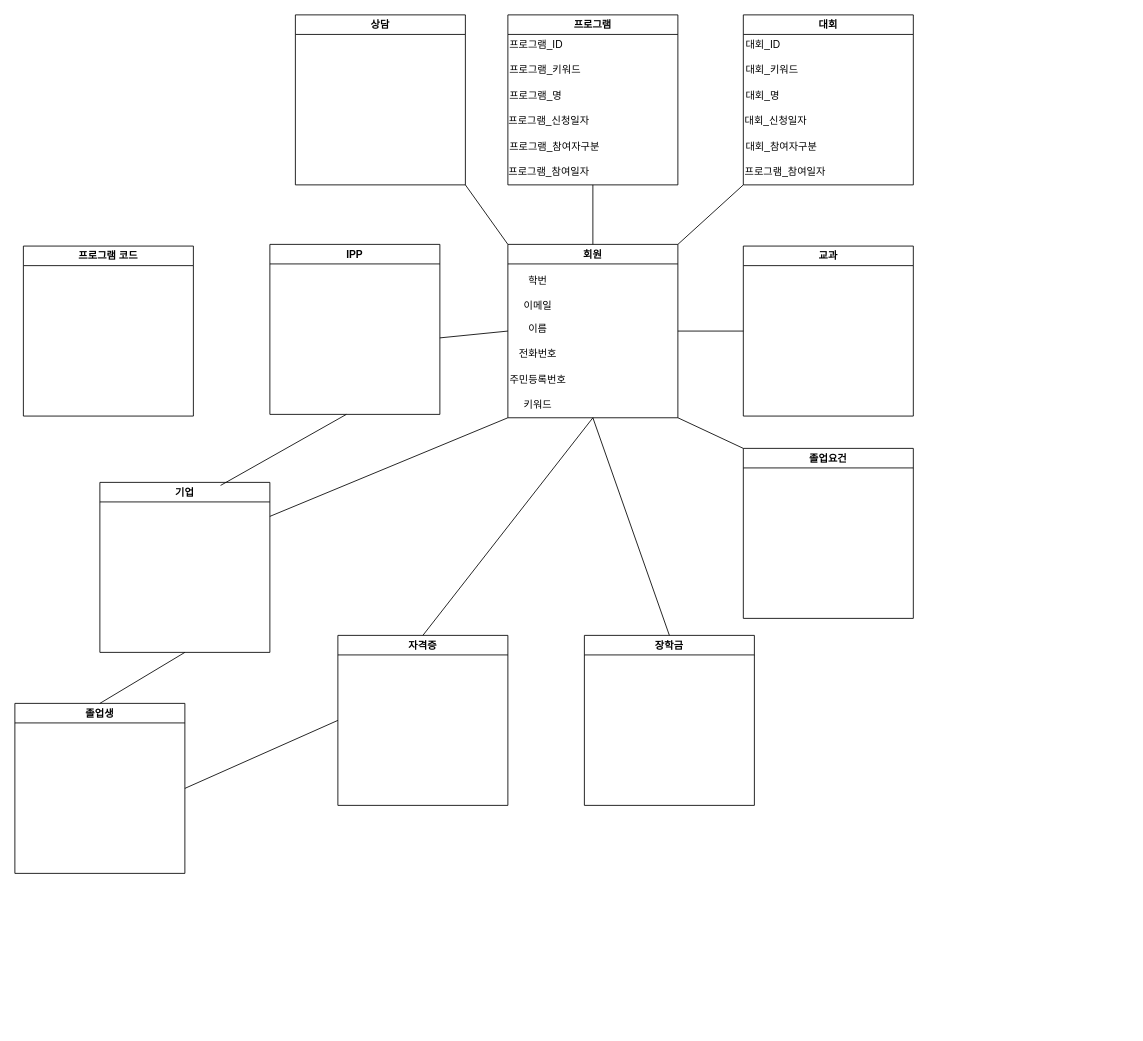
KimEunSeop/Kody keeps this draw.io diagram as Kody.drawio. Above is the earlier version. Source tidied: cells renumbered, new cells numbered last; positions are measured from the earlier drawing's top-left corner, leaving out a move shared by most shapes. Both pictures are drawn from the tidied source at 85%, with x=0, y=0 at pixel (14, 14).
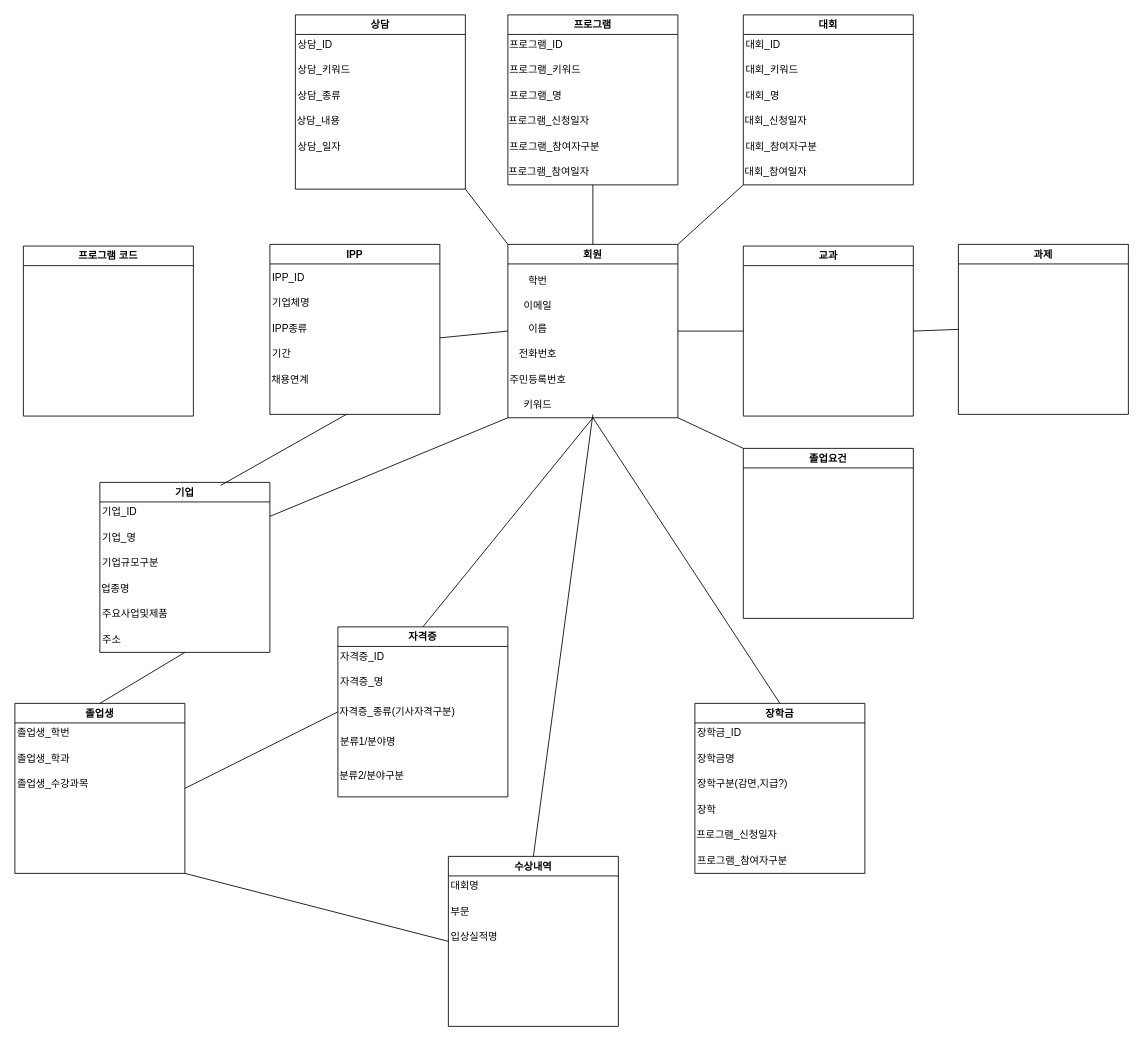
The same page after the edit.

The change refers to these unchanged cells:
```xml
<mxCell id="9" value="교과" style="swimlane;whiteSpace=wrap;html=1;" parent="1" vertex="1">
  <mxGeometry x="857" y="272" width="200" height="200" as="geometry" />
</mxCell>
<mxCell id="11" value="IPP" style="swimlane;whiteSpace=wrap;html=1;startSize=23;" parent="1" vertex="1">
  <mxGeometry x="300" y="270" width="200" height="200" as="geometry" />
</mxCell>
<mxCell id="19" value="대회" style="swimlane;whiteSpace=wrap;html=1;startSize=23;" parent="1" vertex="1">
  <mxGeometry x="857" width="200" height="200" as="geometry" />
</mxCell>
<mxCell id="28" value="기업" style="swimlane;whiteSpace=wrap;html=1;startSize=23;" parent="1" vertex="1">
  <mxGeometry x="100" y="550" width="200" height="200" as="geometry" />
</mxCell>
<mxCell id="30" value="졸업생" style="swimlane;whiteSpace=wrap;html=1;startSize=23;" parent="1" vertex="1">
  <mxGeometry y="810" width="200" height="200" as="geometry" />
</mxCell>
```

What changed in the source:
```diff
@@
     <mxCell id="10" value="상담" style="swimlane;whiteSpace=wrap;html=1;startSize=23;" parent="1" vertex="1">
-      <mxGeometry x="330" width="200" height="200" as="geometry" />
+      <mxGeometry x="330" width="200" height="205" as="geometry" />
     </mxCell>
+    <mxCell id="44" value="상담_ID" style="text;html=1;align=left;verticalAlign=middle;strokeColor=none;fillColor=none;" parent="10" vertex="1">
+      <mxGeometry x="1" y="20" width="70" height="30" as="geometry" />
+    </mxCell>
+    <mxCell id="45" value="상담_키워드" style="text;html=1;align=left;verticalAlign=middle;strokeColor=none;fillColor=none;" parent="10" vertex="1">
+      <mxGeometry x="1" y="50" width="90" height="30" as="geometry" />
+    </mxCell>
+    <mxCell id="46" value="상담_종류" style="text;html=1;align=left;verticalAlign=middle;strokeColor=none;fillColor=none;" parent="10" vertex="1">
+      <mxGeometry x="1" y="80" width="80" height="30" as="geometry" />
+    </mxCell>
+    <mxCell id="47" value="상담_내용" style="text;html=1;align=left;verticalAlign=middle;strokeColor=none;fillColor=none;" parent="10" vertex="1">
+      <mxGeometry y="110" width="80" height="30" as="geometry" />
+    </mxCell>
+    <mxCell id="48" value="상담_일자" style="text;html=1;align=left;verticalAlign=middle;strokeColor=none;fillColor=none;" parent="10" vertex="1">
+      <mxGeometry x="1" y="140" width="80" height="30" as="geometry" />
+    </mxCell>
@@
+    <mxCell id="49" value="IPP_ID" style="text;html=1;align=left;verticalAlign=middle;strokeColor=none;fillColor=none;" parent="11" vertex="1">
+      <mxGeometry x="1" y="24" width="60" height="30" as="geometry" />
+    </mxCell>
+    <mxCell id="50" value="기업체명" style="text;html=1;align=left;verticalAlign=middle;strokeColor=none;fillColor=none;" parent="11" vertex="1">
+      <mxGeometry x="1" y="54" width="70" height="30" as="geometry" />
+    </mxCell>
+    <mxCell id="51" value="IPP종류" style="text;html=1;align=left;verticalAlign=middle;strokeColor=none;fillColor=none;" parent="11" vertex="1">
+      <mxGeometry x="1" y="84" width="70" height="30" as="geometry" />
+    </mxCell>
+    <mxCell id="52" value="기간" style="text;html=1;align=left;verticalAlign=middle;strokeColor=none;fillColor=none;" parent="11" vertex="1">
+      <mxGeometry x="1" y="114" width="50" height="30" as="geometry" />
+    </mxCell>
+    <mxCell id="53" value="채용연계" style="text;html=1;align=left;verticalAlign=middle;strokeColor=none;fillColor=none;" parent="11" vertex="1">
+      <mxGeometry y="144" width="70" height="30" as="geometry" />
+    </mxCell>
@@
-    <mxCell id="25" value="프로그램_참여일자" style="text;html=1;align=left;verticalAlign=middle;strokeColor=none;fillColor=none;" parent="19" vertex="1">
-      <mxGeometry y="170" width="130" height="30" as="geometry" />
+    <mxCell id="25" value="대회_참여일자" style="text;html=1;align=left;verticalAlign=middle;strokeColor=none;fillColor=none;" parent="19" vertex="1">
+      <mxGeometry y="170" width="100" height="30" as="geometry" />
     </mxCell>
@@
+    <mxCell id="54" value="기업_ID" style="text;html=1;align=left;verticalAlign=middle;strokeColor=none;fillColor=none;" parent="28" vertex="1">
+      <mxGeometry x="1" y="20" width="70" height="30" as="geometry" />
+    </mxCell>
+    <mxCell id="55" value="기업_명" style="text;html=1;align=left;verticalAlign=middle;strokeColor=none;fillColor=none;" parent="28" vertex="1">
+      <mxGeometry x="1" y="50" width="70" height="30" as="geometry" />
+    </mxCell>
+    <mxCell id="56" value="기업규모구분" style="text;html=1;align=left;verticalAlign=middle;strokeColor=none;fillColor=none;" parent="28" vertex="1">
+      <mxGeometry x="1" y="80" width="100" height="30" as="geometry" />
+    </mxCell>
+    <mxCell id="57" value="업종명" style="text;html=1;align=left;verticalAlign=middle;strokeColor=none;fillColor=none;" parent="28" vertex="1">
+      <mxGeometry y="110" width="60" height="30" as="geometry" />
+    </mxCell>
+    <mxCell id="58" value="주요사업및제품" style="text;html=1;align=left;verticalAlign=middle;strokeColor=none;fillColor=none;" parent="28" vertex="1">
+      <mxGeometry x="1" y="140" width="110" height="30" as="geometry" />
+    </mxCell>
+    <mxCell id="59" value="주소" style="text;html=1;align=left;verticalAlign=middle;strokeColor=none;fillColor=none;" parent="28" vertex="1">
+      <mxGeometry x="1" y="170" width="50" height="30" as="geometry" />
+    </mxCell>
     <mxCell id="29" value="자격증" style="swimlane;whiteSpace=wrap;html=1;startSize=23;" parent="1" vertex="1">
-      <mxGeometry x="380" y="730" width="200" height="200" as="geometry" />
+      <mxGeometry x="380" y="720" width="200" height="200" as="geometry" />
     </mxCell>
+    <mxCell id="60" value="자격증_ID" style="text;html=1;align=left;verticalAlign=middle;strokeColor=none;fillColor=none;" parent="29" vertex="1">
+      <mxGeometry x="1" y="20" width="80" height="30" as="geometry" />
+    </mxCell>
+    <mxCell id="61" value="자격증_종류(기사자격구분)" style="text;html=1;align=left;verticalAlign=middle;strokeColor=none;fillColor=none;" parent="29" vertex="1">
+      <mxGeometry y="85" width="170" height="30" as="geometry" />
+    </mxCell>
+    <mxCell id="62" value="분류1/분야명" style="text;html=1;align=left;verticalAlign=middle;strokeColor=none;fillColor=none;" parent="29" vertex="1">
+      <mxGeometry x="1" y="120" width="90" height="30" as="geometry" />
+    </mxCell>
+    <mxCell id="63" value="분류2/분야구분" style="text;html=1;align=left;verticalAlign=middle;strokeColor=none;fillColor=none;" parent="29" vertex="1">
+      <mxGeometry y="160" width="110" height="30" as="geometry" />
+    </mxCell>
+    <mxCell id="64" value="자격증_명" style="text;html=1;align=left;verticalAlign=middle;strokeColor=none;fillColor=none;" parent="29" vertex="1">
+      <mxGeometry x="1" y="50" width="80" height="30" as="geometry" />
+    </mxCell>
@@
+    <mxCell id="65" value="졸업생_학번" style="text;html=1;align=left;verticalAlign=middle;strokeColor=none;fillColor=none;" parent="30" vertex="1">
+      <mxGeometry x="1" y="20" width="90" height="30" as="geometry" />
+    </mxCell>
+    <mxCell id="66" value="졸업생_학과" style="text;html=1;align=left;verticalAlign=middle;strokeColor=none;fillColor=none;" parent="30" vertex="1">
+      <mxGeometry x="1" y="50" width="90" height="30" as="geometry" />
+    </mxCell>
+    <mxCell id="67" value="졸업생_수강과목" style="text;html=1;align=left;verticalAlign=middle;strokeColor=none;fillColor=none;" parent="30" vertex="1">
+      <mxGeometry x="1" y="80" width="110" height="30" as="geometry" />
+    </mxCell>
@@
     <mxCell id="42" value="장학금" style="swimlane;whiteSpace=wrap;html=1;startSize=23;" parent="1" vertex="1">
-      <mxGeometry x="670" y="730" width="200" height="200" as="geometry" />
+      <mxGeometry x="800" y="810" width="200" height="200" as="geometry" />
     </mxCell>
+    <mxCell id="68" value="장학금명" style="text;html=1;align=left;verticalAlign=middle;strokeColor=none;fillColor=none;" parent="42" vertex="1">
+      <mxGeometry x="1" y="50" width="70" height="30" as="geometry" />
+    </mxCell>
+    <mxCell id="69" value="장학구분(감면,지급?)" style="text;html=1;align=left;verticalAlign=middle;strokeColor=none;fillColor=none;" parent="42" vertex="1">
+      <mxGeometry x="1" y="80" width="140" height="30" as="geometry" />
+    </mxCell>
+    <mxCell id="70" value="장학" style="text;html=1;align=left;verticalAlign=middle;strokeColor=none;fillColor=none;" parent="42" vertex="1">
+      <mxGeometry x="1" y="110" width="50" height="30" as="geometry" />
+    </mxCell>
+    <mxCell id="71" value="프로그램_신청일자" style="text;html=1;align=left;verticalAlign=middle;strokeColor=none;fillColor=none;" parent="42" vertex="1">
+      <mxGeometry y="140" width="130" height="30" as="geometry" />
+    </mxCell>
+    <mxCell id="72" value="프로그램_참여자구분" style="text;html=1;align=left;verticalAlign=middle;strokeColor=none;fillColor=none;" parent="42" vertex="1">
+      <mxGeometry x="1" y="170" width="140" height="30" as="geometry" />
+    </mxCell>
+    <mxCell id="73" value="장학금_ID" style="text;html=1;align=left;verticalAlign=middle;strokeColor=none;fillColor=none;" parent="42" vertex="1">
+      <mxGeometry x="1" y="20" width="80" height="30" as="geometry" />
+    </mxCell>
@@
+    <mxCell id="74" value="과제" style="swimlane;whiteSpace=wrap;html=1;startSize=23;" parent="1" vertex="1">
+      <mxGeometry x="1110" y="270" width="200" height="200" as="geometry" />
+    </mxCell>
+    <mxCell id="75" style="endArrow=none;html=1;rounded=0;entryX=0;entryY=0.5;entryDx=0;entryDy=0;exitX=1;exitY=0.5;exitDx=0;exitDy=0;" parent="1" edge="1" source="9" target="74">
+      <mxGeometry relative="1" as="geometry" />
+    </mxCell>
+    <mxCell id="76" value="수상내역" style="swimlane;whiteSpace=wrap;html=1;startSize=23;" parent="1" vertex="1">
+      <mxGeometry x="510" y="990" width="200" height="200" as="geometry" />
+    </mxCell>
+    <mxCell id="77" value="대회명" style="text;html=1;align=left;verticalAlign=middle;strokeColor=none;fillColor=none;" parent="76" vertex="1">
+      <mxGeometry x="1" y="20" width="60" height="30" as="geometry" />
+    </mxCell>
+    <mxCell id="78" value="부문" style="text;html=1;align=left;verticalAlign=middle;strokeColor=none;fillColor=none;" parent="76" vertex="1">
+      <mxGeometry x="1" y="50" width="50" height="30" as="geometry" />
+    </mxCell>
+    <mxCell id="79" value="입상실적명" style="text;html=1;align=left;verticalAlign=middle;strokeColor=none;fillColor=none;" parent="76" vertex="1">
+      <mxGeometry x="1" y="80" width="80" height="30" as="geometry" />
+    </mxCell>
+    <mxCell id="80" style="endArrow=none;html=1;rounded=0;exitX=0.5;exitY=0;exitDx=0;exitDy=0;" parent="1" edge="1" source="76">
+      <mxGeometry relative="1" as="geometry">
+        <mxPoint x="680" y="470" as="targetPoint" />
+      </mxGeometry>
+    </mxCell>
+    <mxCell id="81" style="endArrow=none;html=1;rounded=0;entryX=1;entryY=1;entryDx=0;entryDy=0;exitX=0;exitY=0.5;exitDx=0;exitDy=0;" parent="1" edge="1" source="76" target="30">
+      <mxGeometry relative="1" as="geometry" />
+    </mxCell>
```
